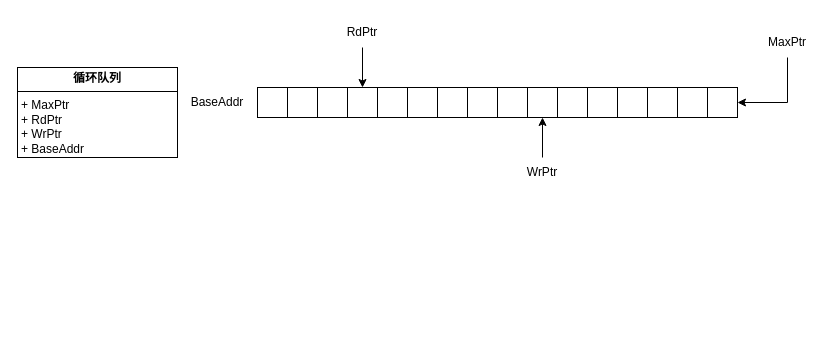
joliet0l/Diagram keeps this draw.io diagram as qtv2.drawio. Above is the earlier version. Source tidied: cells renumbered, new cells numbered last; positions are measured from the earlier drawing's top-left corner, leaving out a move shared by most shapes. Both pictures are drawn from the tidied source at 100%, with x=0, y=0 at pixel (17, 17).
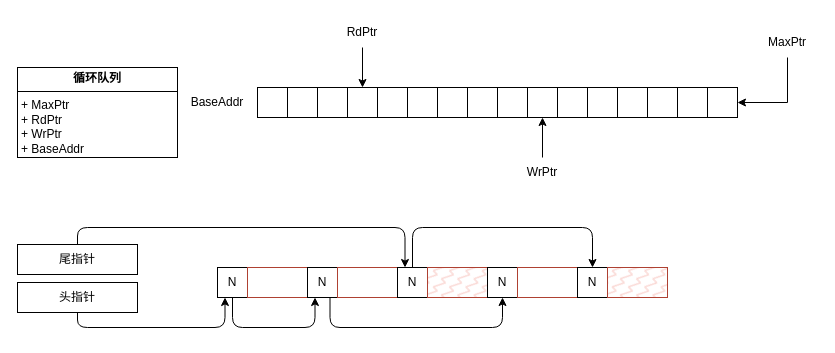
Above is the later version.

The edit, as a diff of the source:
```diff
@@
+    <mxCell id="27" style="edgeStyle=orthogonalEdgeStyle;rounded=1;jettySize=auto;html=1;exitX=0.5;exitY=1;exitDx=0;exitDy=0;entryX=0.25;entryY=1;entryDx=0;entryDy=0;curved=0;" parent="1" edge="1" source="28" target="31">
+      <mxGeometry relative="1" as="geometry">
+        <Array as="points">
+          <mxPoint x="215" y="310" />
+          <mxPoint x="298" y="310" />
+        </Array>
+      </mxGeometry>
+    </mxCell>
+    <mxCell id="28" value="N" style="whiteSpace=wrap;html=1;" parent="1" vertex="1">
+      <mxGeometry x="200" y="250" width="30" height="30" as="geometry" />
+    </mxCell>
+    <mxCell id="29" style="rounded=0;whiteSpace=wrap;html=1;fillStyle=zigzag-line;fillColor=none;strokeColor=#ae4132;" parent="1" vertex="1">
+      <mxGeometry x="230" y="250" width="60" height="30" as="geometry" />
+    </mxCell>
+    <mxCell id="30" style="edgeStyle=orthogonalEdgeStyle;rounded=1;jettySize=auto;html=1;exitX=0.75;exitY=1;exitDx=0;exitDy=0;entryX=0.5;entryY=1;entryDx=0;entryDy=0;curved=0;" parent="1" edge="1" source="31" target="36">
+      <mxGeometry relative="1" as="geometry">
+        <Array as="points">
+          <mxPoint x="313" y="310" />
+          <mxPoint x="485" y="310" />
+        </Array>
+      </mxGeometry>
+    </mxCell>
+    <mxCell id="31" value="N" style="whiteSpace=wrap;html=1;" parent="1" vertex="1">
+      <mxGeometry x="290" y="250" width="30" height="30" as="geometry" />
+    </mxCell>
+    <mxCell id="32" style="rounded=0;whiteSpace=wrap;html=1;fillStyle=zigzag-line;fillColor=none;strokeColor=#ae4132;" parent="1" vertex="1">
+      <mxGeometry x="320" y="250" width="60" height="30" as="geometry" />
+    </mxCell>
+    <mxCell id="33" style="edgeStyle=orthogonalEdgeStyle;rounded=1;jettySize=auto;html=1;exitX=0.5;exitY=0;exitDx=0;exitDy=0;entryX=0.5;entryY=0;entryDx=0;entryDy=0;curved=0;" parent="1" edge="1" source="34" target="38">
+      <mxGeometry relative="1" as="geometry">
+        <Array as="points">
+          <mxPoint x="395" y="210" />
+          <mxPoint x="575" y="210" />
+        </Array>
+      </mxGeometry>
+    </mxCell>
+    <mxCell id="34" value="N" style="whiteSpace=wrap;html=1;" parent="1" vertex="1">
+      <mxGeometry x="380" y="250" width="30" height="30" as="geometry" />
+    </mxCell>
+    <mxCell id="35" style="rounded=0;whiteSpace=wrap;html=1;fillStyle=zigzag-line;fillColor=#fad9d5;strokeColor=#ae4132;" parent="1" vertex="1">
+      <mxGeometry x="410" y="250" width="60" height="30" as="geometry" />
+    </mxCell>
+    <mxCell id="36" value="N" style="whiteSpace=wrap;html=1;" parent="1" vertex="1">
+      <mxGeometry x="470" y="250" width="30" height="30" as="geometry" />
+    </mxCell>
+    <mxCell id="37" style="rounded=0;whiteSpace=wrap;html=1;fillStyle=zigzag-line;fillColor=none;strokeColor=#ae4132;" parent="1" vertex="1">
+      <mxGeometry x="500" y="250" width="60" height="30" as="geometry" />
+    </mxCell>
+    <mxCell id="38" value="N" style="whiteSpace=wrap;html=1;" parent="1" vertex="1">
+      <mxGeometry x="560" y="250" width="30" height="30" as="geometry" />
+    </mxCell>
+    <mxCell id="39" style="rounded=0;whiteSpace=wrap;html=1;fillStyle=zigzag-line;fillColor=#fad9d5;strokeColor=#ae4132;" parent="1" vertex="1">
+      <mxGeometry x="590" y="250" width="60" height="30" as="geometry" />
+    </mxCell>
+    <mxCell id="40" style="edgeStyle=orthogonalEdgeStyle;rounded=1;jettySize=auto;html=1;exitX=0.5;exitY=1;exitDx=0;exitDy=0;entryX=0.25;entryY=1;entryDx=0;entryDy=0;curved=0;" parent="1" edge="1" source="41" target="28">
+      <mxGeometry relative="1" as="geometry">
+        <Array as="points">
+          <mxPoint x="60" y="310" />
+          <mxPoint x="208" y="310" />
+        </Array>
+      </mxGeometry>
+    </mxCell>
+    <mxCell id="41" value="头指针" style="rounded=0;whiteSpace=wrap;html=1;" parent="1" vertex="1">
+      <mxGeometry y="265" width="120" height="30" as="geometry" />
+    </mxCell>
+    <mxCell id="42" style="edgeStyle=orthogonalEdgeStyle;rounded=1;jettySize=auto;html=1;exitX=0.5;exitY=0;exitDx=0;exitDy=0;entryX=0.25;entryY=0;entryDx=0;entryDy=0;curved=0;" parent="1" edge="1" source="43" target="34">
+      <mxGeometry relative="1" as="geometry">
+        <Array as="points">
+          <mxPoint x="60" y="210" />
+          <mxPoint x="388" y="210" />
+        </Array>
+      </mxGeometry>
+    </mxCell>
+    <mxCell id="43" value="尾指针" style="rounded=0;whiteSpace=wrap;html=1;" parent="1" vertex="1">
+      <mxGeometry y="227" width="120" height="30" as="geometry" />
+    </mxCell>
```
